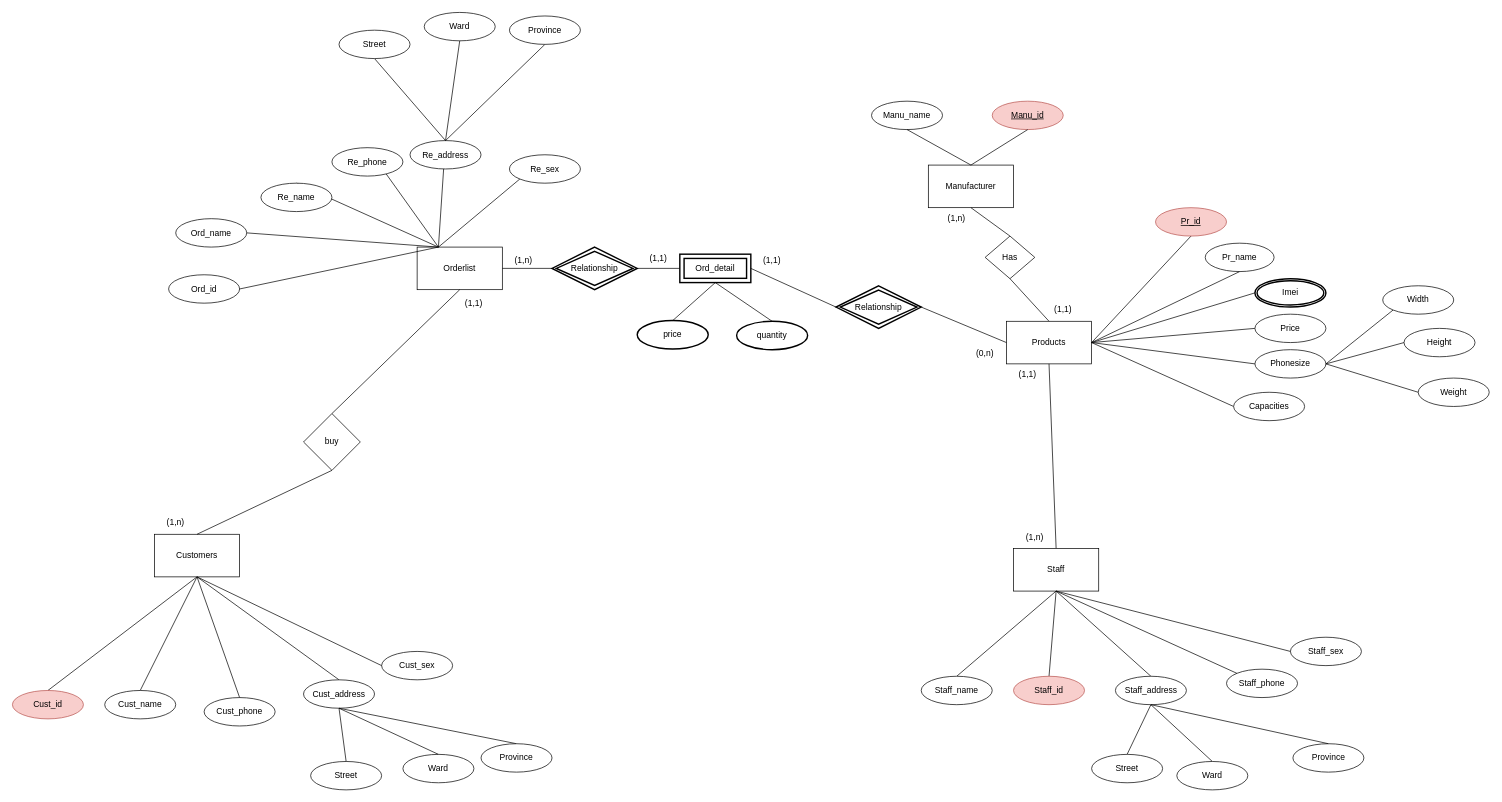
Before: ERD Phone.drawio in khanh8603/khanh8603, a draw.io diagram. Source tidied: cells renumbered, new cells numbered last; positions are measured from the earlier drawing's top-left corner, leaving out a move shared by most shapes. Both pictures are drawn from the tidied source at 71%, with x=0, y=0 at pixel (12, 12).
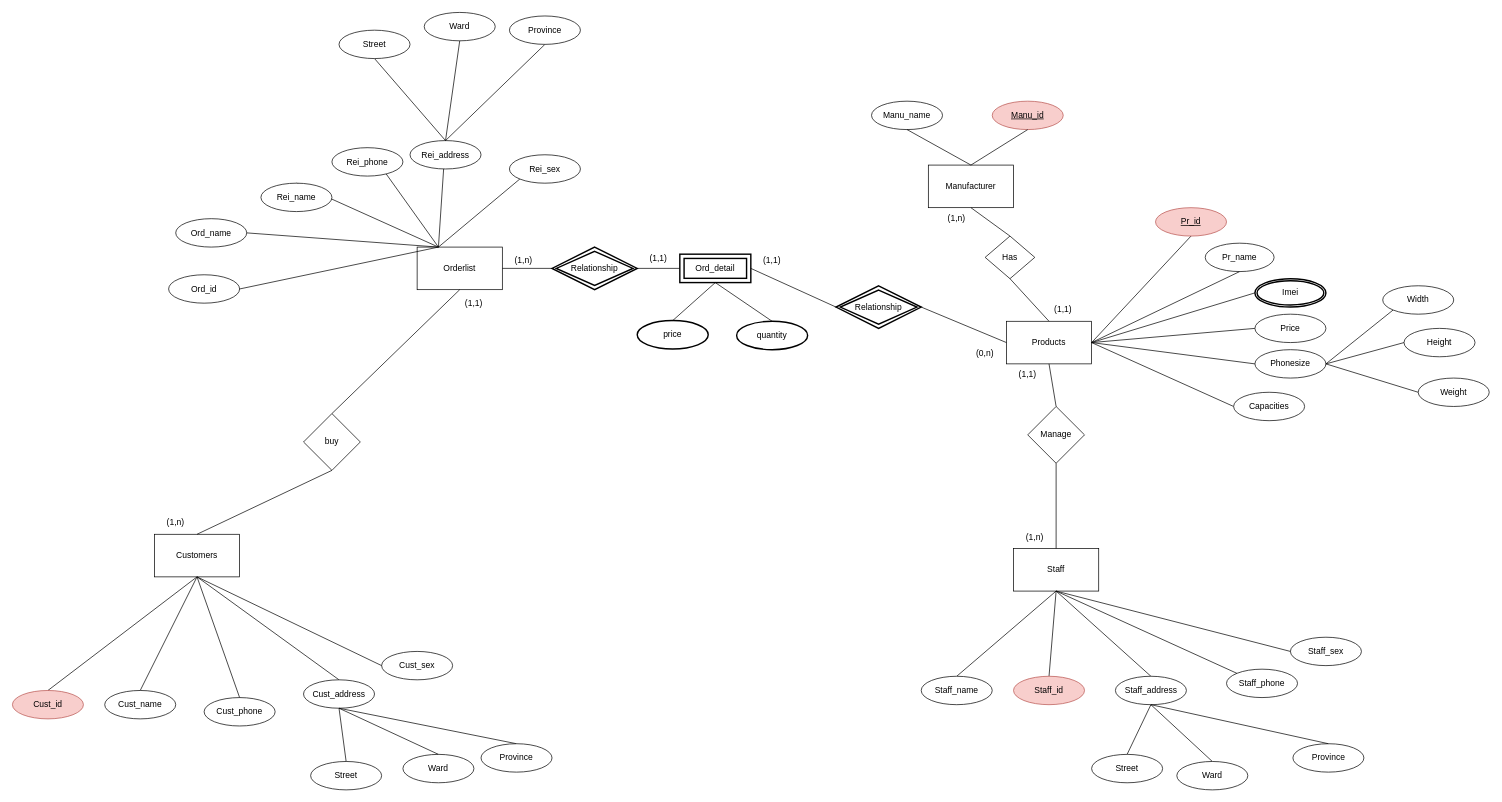
The same page after the edit.

Commit message:
Cập nhật ERD Phone.drawio

The change refers to these unchanged cells:
```xml
<mxCell id="7" value="Products" style="rounded=0;whiteSpace=wrap;html=1;strokeColor=#000000;fillColor=default;" parent="1" vertex="1">
  <mxGeometry x="1400" y="435" width="120" height="60" as="geometry" />
</mxCell>
<mxCell id="32" value="Staff" style="rounded=0;whiteSpace=wrap;html=1;strokeColor=#000000;fillColor=default;" parent="1" vertex="1">
  <mxGeometry x="1410" y="755" width="120" height="60" as="geometry" />
</mxCell>
```

The edit, as a diff of the source:
```diff
@@
-    <mxCell id="31" style="endArrow=none;html=1;rounded=0;entryX=0.5;entryY=1;entryDx=0;entryDy=0;exitX=0.5;exitY=0;exitDx=0;exitDy=0;" parent="1" edge="1" source="32" target="7">
+    <mxCell id="31" style="endArrow=none;html=1;rounded=0;entryX=0.5;entryY=1;entryDx=0;entryDy=0;exitX=0.5;exitY=0;exitDx=0;exitDy=0;startArrow=none;" parent="1" edge="1" source="108" target="7">
       <mxGeometry relative="1" as="geometry" />
     </mxCell>
@@
-    <mxCell id="53" value="Re_name" style="ellipse;whiteSpace=wrap;html=1;align=center;strokeColor=#000000;fillColor=default;" parent="1" vertex="1">
+    <mxCell id="53" value="Rei_name" style="ellipse;whiteSpace=wrap;html=1;align=center;strokeColor=#000000;fillColor=default;" parent="1" vertex="1">
       <mxGeometry x="350" y="240.5" width="100" height="40" as="geometry" />
     </mxCell>
@@
-    <mxCell id="55" value="Re_phone" style="ellipse;whiteSpace=wrap;html=1;align=center;strokeColor=#000000;fillColor=default;" parent="1" vertex="1">
+    <mxCell id="55" value="Rei_phone" style="ellipse;whiteSpace=wrap;html=1;align=center;strokeColor=#000000;fillColor=default;" parent="1" vertex="1">
       <mxGeometry x="450" y="190.5" width="100" height="40" as="geometry" />
     </mxCell>
@@
-    <mxCell id="58" value="Re_address" style="ellipse;whiteSpace=wrap;html=1;align=center;strokeColor=#000000;fillColor=default;" parent="1" vertex="1">
+    <mxCell id="58" value="Rei_address" style="ellipse;whiteSpace=wrap;html=1;align=center;strokeColor=#000000;fillColor=default;" parent="1" vertex="1">
       <mxGeometry x="560" y="180.5" width="100" height="40" as="geometry" />
     </mxCell>
@@
-    <mxCell id="61" value="Re_sex" style="ellipse;whiteSpace=wrap;html=1;align=center;strokeColor=#000000;fillColor=default;" parent="1" vertex="1">
+    <mxCell id="61" value="Rei_sex" style="ellipse;whiteSpace=wrap;html=1;align=center;strokeColor=#000000;fillColor=default;" parent="1" vertex="1">
       <mxGeometry x="700" y="200.5" width="100" height="40" as="geometry" />
     </mxCell>
@@
+    <mxCell id="108" value="Manage" style="rhombus;whiteSpace=wrap;html=1;" parent="1" vertex="1">
+      <mxGeometry x="1430" y="555" width="80" height="80" as="geometry" />
+    </mxCell>
+    <mxCell id="109" style="endArrow=none;html=1;rounded=0;entryX=0.5;entryY=1;entryDx=0;entryDy=0;exitX=0.5;exitY=0;exitDx=0;exitDy=0;" parent="1" edge="1" source="32" target="108">
+      <mxGeometry relative="1" as="geometry">
+        <Array as="points">
+          <mxPoint x="1470" y="635" />
+        </Array>
+      </mxGeometry>
+    </mxCell>
```
